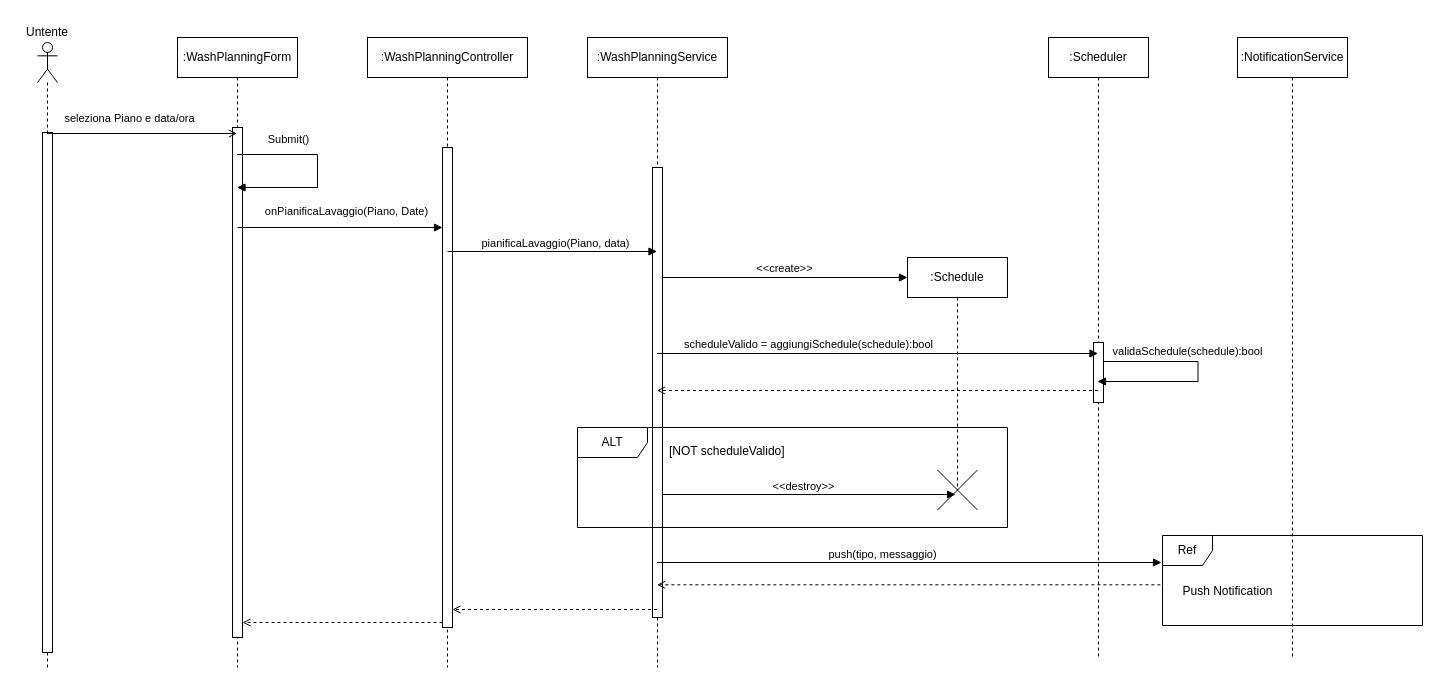
Above: content/seq/seqPianifica.drawio in uni-aca100/ing-proj (draw.io), before the change. Source tidied: cells renumbered, new cells numbered last; positions are measured from the earlier drawing's top-left corner, leaving out a move shared by most shapes. Both pictures are drawn from the tidied source at 100%, with x=0, y=0 at pixel (17, 17).
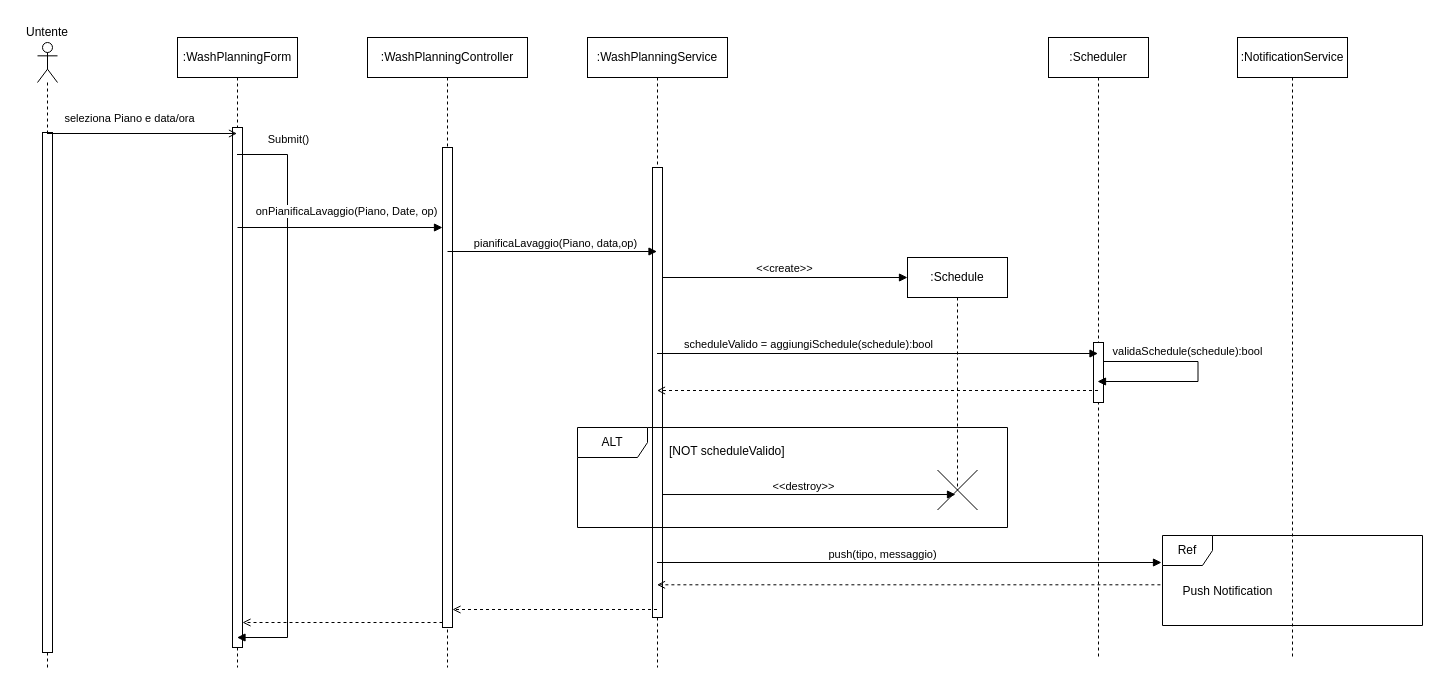
After the change.

Unchanged cells that the change refers to:
```xml
<mxCell id="4" value=":WashPlanningForm" style="shape=umlLifeline;perimeter=lifelinePerimeter;whiteSpace=wrap;html=1;outlineConnect=0;portConstraint=eastwest;newEdgeStyle={&quot;curved&quot;:0,&quot;rounded&quot;:0};" parent="1" vertex="1">
  <mxGeometry x="160" y="20" width="120" height="630" as="geometry" />
</mxCell>
<mxCell id="18" style="html=1;verticalAlign=bottom;labelBackgroundColor=none;endArrow=block;endFill=1;rounded=0;" parent="1" edge="1">
  <mxGeometry relative="1" as="geometry">
    <mxPoint x="430" y="234" as="sourcePoint" />
    <mxPoint x="639.5" y="234" as="targetPoint" />
  </mxGeometry>
</mxCell>
<mxCell id="36" style="html=1;verticalAlign=bottom;labelBackgroundColor=none;endArrow=block;endFill=1;rounded=0;" parent="1" edge="1">
  <mxGeometry relative="1" as="geometry">
    <mxPoint x="220" y="210" as="sourcePoint" />
    <mxPoint x="425" y="210" as="targetPoint" />
  </mxGeometry>
</mxCell>
```

What changed in the source:
```diff
@@
     <mxCell id="5" style="html=1;points=[[0,0,0,0,5],[0,1,0,0,-5],[1,0,0,0,5],[1,1,0,0,-5]];perimeter=orthogonalPerimeter;outlineConnect=0;targetShapes=umlLifeline;portConstraint=eastwest;newEdgeStyle={&quot;curved&quot;:0,&quot;rounded&quot;:0};" parent="4" vertex="1">
-      <mxGeometry x="55" y="90" width="10" height="510" as="geometry" />
+      <mxGeometry x="55" y="90" width="10" height="520" as="geometry" />
     </mxCell>
@@
     <mxCell id="16" style="html=1;verticalAlign=bottom;labelBackgroundColor=none;endArrow=block;endFill=1;rounded=0;" parent="1" edge="1" target="4">
       <mxGeometry relative="1" as="geometry">
         <mxPoint x="219.5" y="137" as="sourcePoint" />
         <Array as="points">
-          <mxPoint x="300" y="137" />
-          <mxPoint x="300" y="170" />
+          <mxPoint x="270" y="137" />
+          <mxPoint x="270" y="620" />
         </Array>
       </mxGeometry>
     </mxCell>
     <mxCell id="17" value="Submit()" style="edgeLabel;html=1;align=center;verticalAlign=middle;" parent="16" vertex="1">
       <mxGeometry x="0.04" relative="1" as="geometry">
-        <mxPoint x="-30" y="-36" as="offset" />
+        <mxPoint y="-269" as="offset" />
       </mxGeometry>
     </mxCell>
@@
-    <mxCell id="19" value="pianificaLavaggio(Piano, data)" style="edgeLabel;html=1;align=center;verticalAlign=middle;" parent="18" vertex="1">
+    <mxCell id="19" value="pianificaLavaggio(Piano, data,op)" style="edgeLabel;html=1;align=center;verticalAlign=middle;" parent="18" vertex="1">
       <mxGeometry x="-0.2" y="-1" relative="1" as="geometry">
         <mxPoint x="23" y="-10" as="offset" />
       </mxGeometry>
     </mxCell>
@@
-    <mxCell id="37" value="onPianificaLavaggio(Piano, Date)" style="edgeLabel;html=1;align=center;verticalAlign=middle;" parent="36" vertex="1">
+    <mxCell id="37" value="onPianificaLavaggio(Piano, Date, op)" style="edgeLabel;html=1;align=center;verticalAlign=middle;" parent="36" vertex="1">
       <mxGeometry x="0.04" relative="1" as="geometry">
         <mxPoint x="1" y="-17" as="offset" />
       </mxGeometry>
     </mxCell>
```
